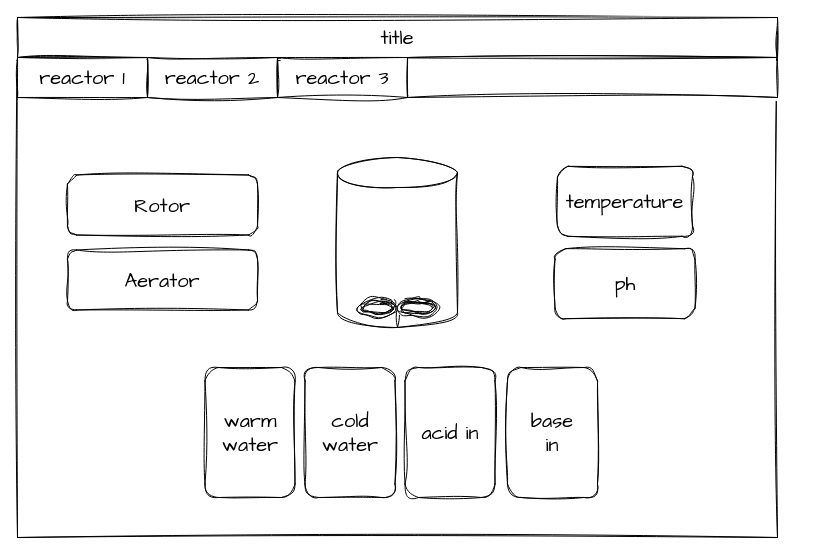
Earlier version of the draw.io diagram blueprints/websiteDesign.drawio (MelcherMate/Bioversee_Webapp). Source tidied: cells renumbered, new cells numbered last; positions are measured from the earlier drawing's top-left corner, leaving out a move shared by most shapes. Both pictures are drawn from the tidied source at 100%, with x=0, y=0 at pixel (17, 17).
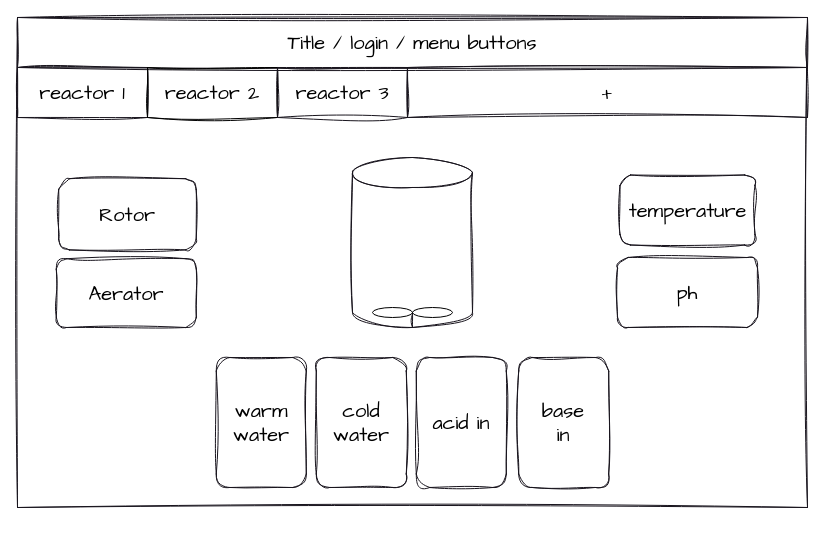
Above is the later version.

The edit, as a diff of the source:
```diff
@@
-<mxGraphModel>
+<mxGraphModel background="#ffffff">
@@
-    <mxCell id="2" style="rounded=0;whiteSpace=wrap;html=1;sketch=1;hachureGap=4;jiggle=2;curveFitting=1;fontFamily=Architects Daughter;fontSize=20;" parent="1" vertex="1">
-      <mxGeometry width="760" height="520" as="geometry" />
+    <mxCell id="2" style="rounded=0;whiteSpace=wrap;html=1;hachureGap=4;fontFamily=Architects Daughter;fontSize=20;glass=0;shadow=0;fillColor=none;strokeColor=#18141d;sketch=1;curveFitting=1;jiggle=2;strokeWidth=1;" parent="1" vertex="1">
+      <mxGeometry width="790" height="490" as="geometry" />
     </mxCell>
-    <mxCell id="3" style="shape=cylinder3;whiteSpace=wrap;html=1;boundedLbl=1;backgroundOutline=1;size=15;sketch=1;hachureGap=4;jiggle=2;curveFitting=1;fontFamily=Architects Daughter;fontSize=20;" parent="1" vertex="1">
-      <mxGeometry x="320" y="140" width="120" height="170" as="geometry" />
+    <mxCell id="3" style="shape=cylinder3;whiteSpace=wrap;html=1;boundedLbl=1;backgroundOutline=1;size=15;hachureGap=4;fontFamily=Architects Daughter;fontSize=20;fillColor=none;strokeColor=#18141d;shadow=0;sketch=1;curveFitting=1;jiggle=2;strokeWidth=1;" parent="1" vertex="1">
+      <mxGeometry x="335" y="140" width="120" height="170" as="geometry" />
     </mxCell>
-    <mxCell id="4" style="rounded=1;whiteSpace=wrap;html=1;sketch=1;hachureGap=4;jiggle=2;curveFitting=1;fontFamily=Architects Daughter;fontSize=20;rotation=270;" parent="1" vertex="1">
-      <mxGeometry x="167.5" y="370" width="130" height="90" as="geometry" />
+    <mxCell id="4" style="rounded=1;whiteSpace=wrap;html=1;hachureGap=4;fontFamily=Architects Daughter;fontSize=20;rotation=270;strokeColor=#18141d;shadow=0;sketch=1;curveFitting=1;jiggle=2;strokeWidth=1;fillColor=none;" parent="1" vertex="1">
+      <mxGeometry x="178.8" y="360" width="130" height="90" as="geometry" />
     </mxCell>
-    <mxCell id="5" style="rounded=1;whiteSpace=wrap;html=1;sketch=1;hachureGap=4;jiggle=2;curveFitting=1;fontFamily=Architects Daughter;fontSize=20;rotation=270;" parent="1" vertex="1">
-      <mxGeometry x="267.5" y="370" width="130" height="90" as="geometry" />
+    <mxCell id="5" style="rounded=1;whiteSpace=wrap;html=1;hachureGap=4;fontFamily=Architects Daughter;fontSize=20;rotation=270;strokeColor=#18141d;shadow=0;sketch=1;curveFitting=1;jiggle=2;strokeWidth=1;fillColor=none;" parent="1" vertex="1">
+      <mxGeometry x="278.8" y="360" width="130" height="90" as="geometry" />
     </mxCell>
-    <mxCell id="6" style="rounded=1;whiteSpace=wrap;html=1;sketch=1;hachureGap=4;jiggle=2;curveFitting=1;fontFamily=Architects Daughter;fontSize=20;rotation=270;" parent="1" vertex="1">
-      <mxGeometry x="367.5" y="370" width="130" height="90" as="geometry" />
+    <mxCell id="6" style="rounded=1;whiteSpace=wrap;html=1;hachureGap=4;fontFamily=Architects Daughter;fontSize=20;rotation=270;strokeColor=#18141d;shadow=0;sketch=1;curveFitting=1;jiggle=2;strokeWidth=1;fillColor=none;" parent="1" vertex="1">
+      <mxGeometry x="378.8" y="360" width="130" height="90" as="geometry" />
     </mxCell>
-    <mxCell id="7" style="rounded=1;whiteSpace=wrap;html=1;sketch=1;hachureGap=4;jiggle=2;curveFitting=1;fontFamily=Architects Daughter;fontSize=20;rotation=270;" parent="1" vertex="1">
-      <mxGeometry x="470" y="370" width="130" height="90" as="geometry" />
+    <mxCell id="7" style="rounded=1;whiteSpace=wrap;html=1;hachureGap=4;fontFamily=Architects Daughter;fontSize=20;rotation=270;strokeColor=#18141d;shadow=0;sketch=1;curveFitting=1;jiggle=2;strokeWidth=1;fillColor=none;" parent="1" vertex="1">
+      <mxGeometry x="481.2" y="360" width="130" height="90" as="geometry" />
     </mxCell>
-    <mxCell id="8" value="warm water" style="text;html=1;strokeColor=none;fillColor=none;align=center;verticalAlign=middle;whiteSpace=wrap;rounded=0;sketch=1;hachureGap=4;jiggle=2;curveFitting=1;fontFamily=Architects Daughter;fontSize=20;" parent="1" vertex="1">
-      <mxGeometry x="202.5" y="400" width="60" height="30" as="geometry" />
+    <mxCell id="8" value="&lt;font color=&quot;#000000&quot;&gt;warm water&lt;/font&gt;" style="text;html=1;strokeColor=none;fillColor=none;align=center;verticalAlign=middle;whiteSpace=wrap;rounded=0;hachureGap=4;fontFamily=Architects Daughter;fontSize=20;shadow=0;sketch=1;curveFitting=1;jiggle=2;strokeWidth=1;" parent="1" vertex="1">
+      <mxGeometry x="213.8" y="390" width="60" height="30" as="geometry" />
     </mxCell>
-    <mxCell id="9" value="cold water" style="text;html=1;strokeColor=none;fillColor=none;align=center;verticalAlign=middle;whiteSpace=wrap;rounded=0;sketch=1;hachureGap=4;jiggle=2;curveFitting=1;fontFamily=Architects Daughter;fontSize=20;" parent="1" vertex="1">
-      <mxGeometry x="302.5" y="400" width="60" height="30" as="geometry" />
+    <mxCell id="9" value="&lt;font color=&quot;#000000&quot;&gt;cold water&lt;/font&gt;" style="text;html=1;strokeColor=none;fillColor=none;align=center;verticalAlign=middle;whiteSpace=wrap;rounded=0;hachureGap=4;fontFamily=Architects Daughter;fontSize=20;shadow=0;sketch=1;curveFitting=1;jiggle=2;strokeWidth=1;" parent="1" vertex="1">
+      <mxGeometry x="313.8" y="390" width="60" height="30" as="geometry" />
     </mxCell>
-    <mxCell id="10" value="acid in" style="text;html=1;strokeColor=none;fillColor=none;align=center;verticalAlign=middle;whiteSpace=wrap;rounded=0;sketch=1;hachureGap=4;jiggle=2;curveFitting=1;fontFamily=Architects Daughter;fontSize=20;" parent="1" vertex="1">
-      <mxGeometry x="402.5" y="400" width="60" height="30" as="geometry" />
+    <mxCell id="10" value="&lt;font color=&quot;#000000&quot;&gt;acid in&lt;/font&gt;" style="text;html=1;strokeColor=none;fillColor=none;align=center;verticalAlign=middle;whiteSpace=wrap;rounded=0;hachureGap=4;fontFamily=Architects Daughter;fontSize=20;shadow=0;sketch=1;curveFitting=1;jiggle=2;strokeWidth=1;" parent="1" vertex="1">
+      <mxGeometry x="413.8" y="390" width="60" height="30" as="geometry" />
     </mxCell>
-    <mxCell id="11" value="base in" style="text;html=1;strokeColor=none;fillColor=none;align=center;verticalAlign=middle;whiteSpace=wrap;rounded=0;sketch=1;hachureGap=4;jiggle=2;curveFitting=1;fontFamily=Architects Daughter;fontSize=20;" parent="1" vertex="1">
-      <mxGeometry x="505" y="400" width="60" height="30" as="geometry" />
+    <mxCell id="11" value="&lt;font color=&quot;#000000&quot;&gt;base in&lt;/font&gt;" style="text;html=1;strokeColor=none;fillColor=none;align=center;verticalAlign=middle;whiteSpace=wrap;rounded=0;hachureGap=4;fontFamily=Architects Daughter;fontSize=20;shadow=0;sketch=1;curveFitting=1;jiggle=2;strokeWidth=1;" parent="1" vertex="1">
+      <mxGeometry x="516.2" y="390" width="60" height="30" as="geometry" />
     </mxCell>
-    <mxCell id="12" value="temperature" style="rounded=1;whiteSpace=wrap;html=1;sketch=1;hachureGap=4;jiggle=2;curveFitting=1;fontFamily=Architects Daughter;fontSize=20;" parent="1" vertex="1">
-      <mxGeometry x="540" y="148.8" width="135" height="70" as="geometry" />
+    <mxCell id="12" value="&lt;font color=&quot;#000000&quot;&gt;temperature&lt;/font&gt;" style="rounded=1;whiteSpace=wrap;html=1;hachureGap=4;fontFamily=Architects Daughter;fontSize=20;strokeColor=#18141d;shadow=0;sketch=1;curveFitting=1;jiggle=2;strokeWidth=1;fillColor=none;" parent="1" vertex="1">
+      <mxGeometry x="602.5" y="157.5" width="135" height="70" as="geometry" />
     </mxCell>
-    <mxCell id="13" value="ph" style="rounded=1;whiteSpace=wrap;html=1;sketch=1;hachureGap=4;jiggle=2;curveFitting=1;fontFamily=Architects Daughter;fontSize=20;" parent="1" vertex="1">
-      <mxGeometry x="537.5" y="231.2" width="140" height="70" as="geometry" />
+    <mxCell id="13" value="&lt;font color=&quot;#000000&quot;&gt;ph&lt;/font&gt;" style="rounded=1;whiteSpace=wrap;html=1;hachureGap=4;fontFamily=Architects Daughter;fontSize=20;strokeColor=#18141d;shadow=0;sketch=1;curveFitting=1;jiggle=2;strokeWidth=1;fillColor=none;" parent="1" vertex="1">
+      <mxGeometry x="600" y="240" width="140" height="70" as="geometry" />
     </mxCell>
-    <mxCell id="14" value="Rotor" style="rounded=1;whiteSpace=wrap;html=1;sketch=1;hachureGap=4;jiggle=2;curveFitting=1;fontFamily=Architects Daughter;fontSize=20;" parent="1" vertex="1">
-      <mxGeometry x="50" y="157.5" width="190" height="60" as="geometry" />
+    <mxCell id="14" value="&lt;font color=&quot;#000000&quot;&gt;Rotor&lt;/font&gt;" style="rounded=1;whiteSpace=wrap;html=1;hachureGap=4;fontFamily=Architects Daughter;fontSize=20;strokeColor=#18141d;shadow=0;sketch=1;curveFitting=1;jiggle=2;strokeWidth=1;fillColor=none;" parent="1" vertex="1">
+      <mxGeometry x="41.2" y="161.2" width="137.5" height="71.2" as="geometry" />
     </mxCell>
-    <mxCell id="15" value="Aerator" style="rounded=1;whiteSpace=wrap;html=1;sketch=1;hachureGap=4;jiggle=2;curveFitting=1;fontFamily=Architects Daughter;fontSize=20;" parent="1" vertex="1">
-      <mxGeometry x="50" y="232.5" width="190" height="60" as="geometry" />
+    <mxCell id="15" value="&lt;font color=&quot;#000000&quot;&gt;Aerator&lt;/font&gt;" style="rounded=1;whiteSpace=wrap;html=1;hachureGap=4;fontFamily=Architects Daughter;fontSize=20;strokeColor=#18141d;shadow=0;sketch=1;curveFitting=1;jiggle=2;strokeWidth=1;fillColor=none;" parent="1" vertex="1">
+      <mxGeometry x="38.8" y="241.2" width="140" height="68.8" as="geometry" />
     </mxCell>
-    <mxCell id="16" style="ellipse;shape=doubleEllipse;whiteSpace=wrap;html=1;sketch=1;hachureGap=4;jiggle=2;curveFitting=1;fontFamily=Architects Daughter;fontSize=20;" parent="1" vertex="1">
-      <mxGeometry x="340" y="280" width="40" height="20" as="geometry" />
-    </mxCell>
-    <mxCell id="17" style="edgeStyle=none;sketch=1;hachureGap=4;jiggle=2;curveFitting=1;html=1;exitX=0;exitY=0.5;exitDx=0;exitDy=0;entryX=0.5;entryY=1;entryDx=0;entryDy=0;entryPerimeter=0;fontFamily=Architects Daughter;fontSize=16;endArrow=none;endFill=0;" parent="1" edge="1" source="18" target="3">
-      <mxGeometry relative="1" as="geometry" />
-    </mxCell>
-    <mxCell id="18" style="ellipse;shape=doubleEllipse;whiteSpace=wrap;html=1;sketch=1;hachureGap=4;jiggle=2;curveFitting=1;fontFamily=Architects Daughter;fontSize=20;" parent="1" vertex="1">
-      <mxGeometry x="380" y="280" width="40" height="20" as="geometry" />
-    </mxCell>
-    <mxCell id="19" value="title" style="rounded=0;whiteSpace=wrap;html=1;sketch=1;hachureGap=4;jiggle=2;curveFitting=1;fontFamily=Architects Daughter;fontSize=20;" parent="1" vertex="1">
-      <mxGeometry width="760" height="40" as="geometry" />
+    <mxCell id="19" value="&lt;font color=&quot;#000000&quot;&gt;Title / login / menu buttons&lt;/font&gt;" style="rounded=0;whiteSpace=wrap;html=1;hachureGap=4;fontFamily=Architects Daughter;fontSize=20;strokeColor=#18141d;shadow=0;sketch=1;curveFitting=1;jiggle=2;strokeWidth=1;fillColor=none;" parent="1" vertex="1">
+      <mxGeometry width="790" height="50" as="geometry" />
     </mxCell>
-    <mxCell id="20" value="reactor 1" style="rounded=0;whiteSpace=wrap;html=1;sketch=1;hachureGap=4;jiggle=2;curveFitting=1;fontFamily=Architects Daughter;fontSize=20;" parent="1" vertex="1">
-      <mxGeometry y="40" width="130" height="40" as="geometry" />
+    <mxCell id="20" value="&lt;font color=&quot;#000000&quot;&gt;reactor 1&lt;/font&gt;" style="rounded=0;whiteSpace=wrap;html=1;hachureGap=4;fontFamily=Architects Daughter;fontSize=20;strokeColor=#18141d;shadow=0;sketch=1;curveFitting=1;jiggle=2;strokeWidth=1;fillColor=none;" parent="1" vertex="1">
+      <mxGeometry y="50" width="130" height="50" as="geometry" />
     </mxCell>
-    <mxCell id="21" value="reactor 2" style="rounded=0;whiteSpace=wrap;html=1;sketch=1;hachureGap=4;jiggle=2;curveFitting=1;fontFamily=Architects Daughter;fontSize=20;" parent="1" vertex="1">
-      <mxGeometry x="130" y="40" width="130" height="40" as="geometry" />
+    <mxCell id="21" value="&lt;font color=&quot;#000000&quot;&gt;reactor 2&lt;/font&gt;" style="rounded=0;whiteSpace=wrap;html=1;hachureGap=4;fontFamily=Architects Daughter;fontSize=20;strokeColor=#000000;shadow=0;sketch=1;curveFitting=1;jiggle=2;strokeWidth=1;fillColor=none;" parent="1" vertex="1">
+      <mxGeometry x="130" y="50" width="130" height="50" as="geometry" />
     </mxCell>
-    <mxCell id="22" value="reactor 3" style="rounded=0;whiteSpace=wrap;html=1;sketch=1;hachureGap=4;jiggle=2;curveFitting=1;fontFamily=Architects Daughter;fontSize=20;" parent="1" vertex="1">
-      <mxGeometry x="260" y="40" width="130" height="40" as="geometry" />
+    <mxCell id="22" value="&lt;font color=&quot;#000000&quot;&gt;reactor 3&lt;/font&gt;" style="rounded=0;whiteSpace=wrap;html=1;hachureGap=4;fontFamily=Architects Daughter;fontSize=20;strokeColor=#18141d;shadow=0;sketch=1;curveFitting=1;jiggle=2;strokeWidth=1;fillColor=none;" parent="1" vertex="1">
+      <mxGeometry x="260" y="50" width="130" height="50" as="geometry" />
     </mxCell>
-    <mxCell id="23" style="rounded=0;whiteSpace=wrap;html=1;sketch=1;hachureGap=4;jiggle=2;curveFitting=1;fontFamily=Architects Daughter;fontSize=20;" parent="1" vertex="1">
-      <mxGeometry x="390" y="40" width="370" height="40" as="geometry" />
+    <mxCell id="23" value="+" style="rounded=0;whiteSpace=wrap;html=1;hachureGap=4;fontFamily=Architects Daughter;fontSize=20;strokeColor=#18141d;shadow=0;sketch=1;curveFitting=1;jiggle=2;strokeWidth=1;fillColor=none;" parent="1" vertex="1">
+      <mxGeometry x="390" y="50" width="400" height="50" as="geometry" />
     </mxCell>
+    <mxCell id="24" style="ellipse;whiteSpace=wrap;html=1;hachureGap=4;strokeColor=#000000;fontFamily=Architects Daughter;fontSize=20;fontColor=#000000;fillColor=none;" parent="1" vertex="1">
+      <mxGeometry x="355" y="290" width="40" height="10" as="geometry" />
+    </mxCell>
+    <mxCell id="25" style="edgeStyle=none;sketch=1;hachureGap=4;jiggle=2;curveFitting=1;html=1;exitX=0;exitY=0.5;exitDx=0;exitDy=0;entryX=0.5;entryY=1;entryDx=0;entryDy=0;entryPerimeter=0;shadow=0;strokeColor=#18141d;strokeWidth=1;fontFamily=Architects Daughter;fontSize=20;fontColor=#000000;endArrow=none;endFill=0;" parent="1" edge="1" source="26" target="3">
+      <mxGeometry relative="1" as="geometry" />
+    </mxCell>
+    <mxCell id="26" style="ellipse;whiteSpace=wrap;html=1;hachureGap=4;strokeColor=#000000;fontFamily=Architects Daughter;fontSize=20;fontColor=#000000;fillColor=none;" parent="1" vertex="1">
+      <mxGeometry x="395" y="290" width="40" height="10" as="geometry" />
+    </mxCell>
```
